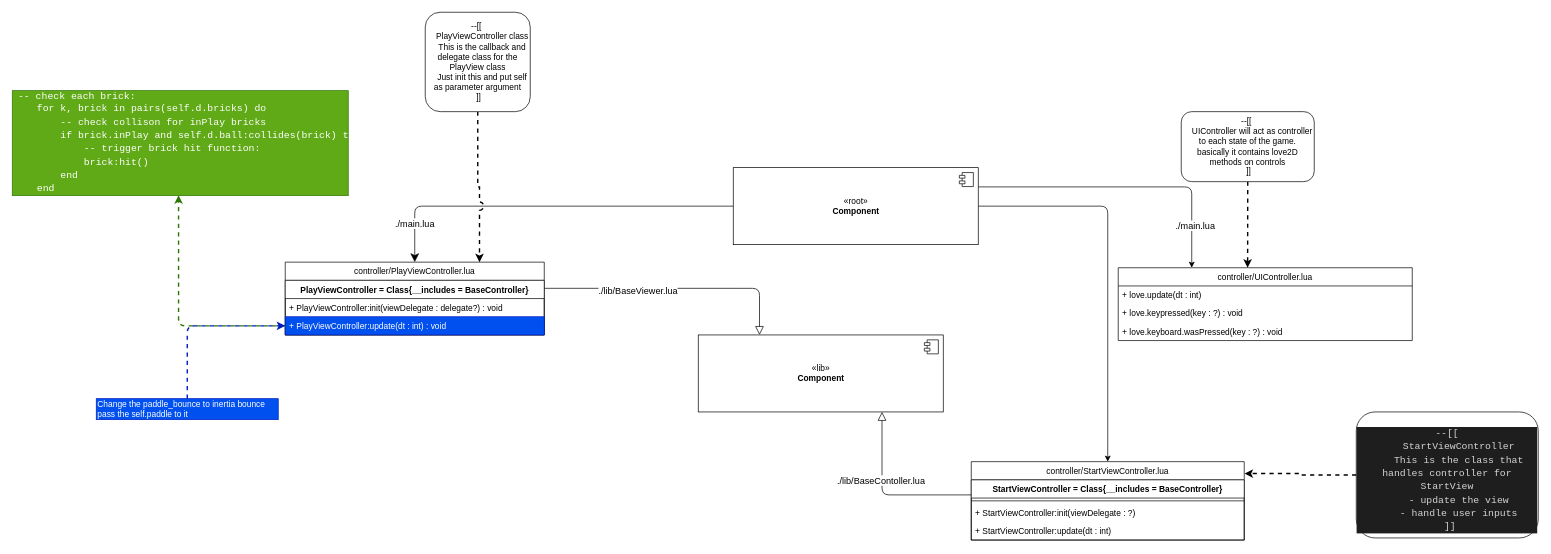
The draw.io diagram page "controller" (9 of 10) of diagram.drawio in m00racle/breakout-love2d, before the edit. Source tidied: cells renumbered, new cells numbered last; positions are measured from the earlier drawing's top-left corner, leaving out a move shared by most shapes. Both pictures are drawn from the tidied source at 70%, with x=0, y=0 at pixel (12, 12).
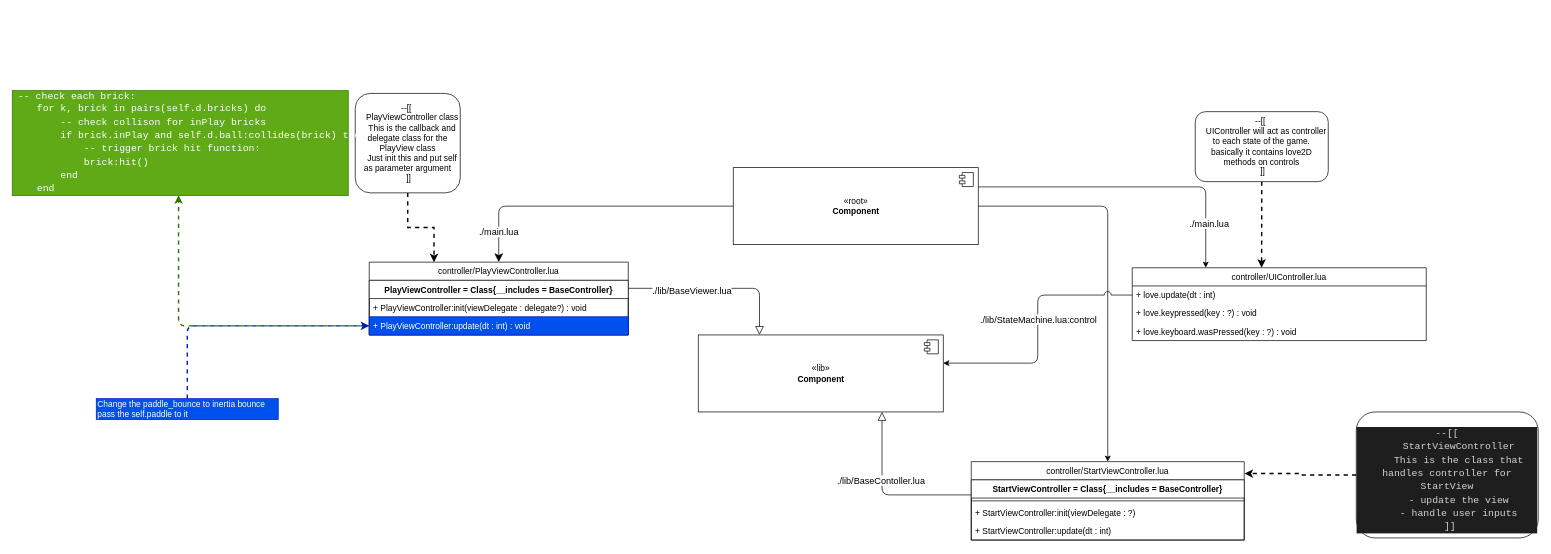
The same page after the edit.

Unchanged cells that the change refers to:
```xml
<mxCell id="10" value="+ love.update(dt : int)" style="text;strokeColor=none;fillColor=none;align=left;verticalAlign=top;spacingLeft=4;spacingRight=4;overflow=hidden;points=[[0,0.5],[1,0.5]];portConstraint=eastwest;" parent="9" vertex="1">
  <mxGeometry y="26" width="420" height="26" as="geometry" />
</mxCell>
<mxCell id="15" value="«lib»&lt;br&gt;&lt;b&gt;Component&lt;/b&gt;" style="html=1;" parent="1" vertex="1">
  <mxGeometry x="980" y="461" width="350" height="110" as="geometry" />
</mxCell>
```

The edit, as a diff of the source:
```diff
@@
     <mxCell id="9" value="controller/UIController.lua" style="swimlane;fontStyle=0;horizontal=1;startSize=26;fillColor=none;" parent="1" vertex="1">
-      <mxGeometry x="1580" y="365" width="420" height="104" as="geometry" />
+      <mxGeometry x="1600" y="365" width="420" height="104" as="geometry" />
     </mxCell>
@@
     <mxCell id="14" value="&lt;div&gt;--[[&amp;nbsp;&lt;/div&gt;&lt;div&gt;&amp;nbsp; &amp;nbsp; UIController will act as controller to each state of the game.&lt;/div&gt;&lt;div&gt;basically it contains love2D methods on controls&lt;/div&gt;&lt;div&gt;&amp;nbsp;]]&lt;/div&gt;" style="rounded=1;whiteSpace=wrap;html=1;" parent="1" vertex="1">
-      <mxGeometry x="1670" y="142" width="190" height="100" as="geometry" />
+      <mxGeometry x="1690" y="142" width="190" height="100" as="geometry" />
     </mxCell>
@@
     <mxCell id="26" value="controller/PlayViewController.lua" style="swimlane;fontStyle=0;horizontal=1;startSize=26;fillColor=none;" parent="1" vertex="1">
-      <mxGeometry x="390" y="357" width="370" height="104" as="geometry" />
+      <mxGeometry x="510" y="357" width="370" height="104" as="geometry" />
     </mxCell>
@@
-    <mxCell id="30" style="edgeStyle=orthogonalEdgeStyle;rounded=0;jumpStyle=arc;jumpSize=10;jettySize=auto;html=1;strokeWidth=2;dashed=1;entryX=0.75;entryY=0;entryDx=0;entryDy=0;" parent="1" edge="1" source="31" target="26">
+    <mxCell id="30" style="edgeStyle=orthogonalEdgeStyle;rounded=0;jumpStyle=arc;jumpSize=10;jettySize=auto;html=1;strokeWidth=2;dashed=1;entryX=0.25;entryY=0;entryDx=0;entryDy=0;" parent="1" edge="1" source="31" target="26">
       <mxGeometry relative="1" as="geometry" />
     </mxCell>
     <mxCell id="31" value="&lt;div&gt;--[[&amp;nbsp;&lt;/div&gt;&lt;div&gt;&amp;nbsp; &amp;nbsp; PlayViewController class&lt;/div&gt;&lt;div&gt;&amp;nbsp; &amp;nbsp; This is the callback and delegate class for the PlayView class&lt;/div&gt;&lt;div&gt;&amp;nbsp; &amp;nbsp; Just init this and put self as parameter argument&lt;/div&gt;&lt;div&gt;&amp;nbsp;]]&lt;/div&gt;" style="rounded=1;whiteSpace=wrap;html=1;" parent="1" vertex="1">
-      <mxGeometry x="590" width="150" height="142" as="geometry" />
+      <mxGeometry x="490" y="116" width="150" height="142" as="geometry" />
     </mxCell>
@@
+    <mxCell id="38" style="edgeStyle=orthogonalEdgeStyle;html=1;entryX=1;entryY=0.366;entryDx=0;entryDy=0;entryPerimeter=0;fontSize=13;jumpStyle=arc;jumpSize=10;" parent="1" edge="1" source="10" target="15">
+      <mxGeometry relative="1" as="geometry" />
+    </mxCell>
+    <mxCell id="39" value="./lib/StateMachine.lua:control" style="edgeLabel;html=1;align=center;verticalAlign=middle;fontSize=13;" parent="38" vertex="1">
+      <mxGeometry x="-0.08" relative="1" as="geometry" />
+    </mxCell>
```
